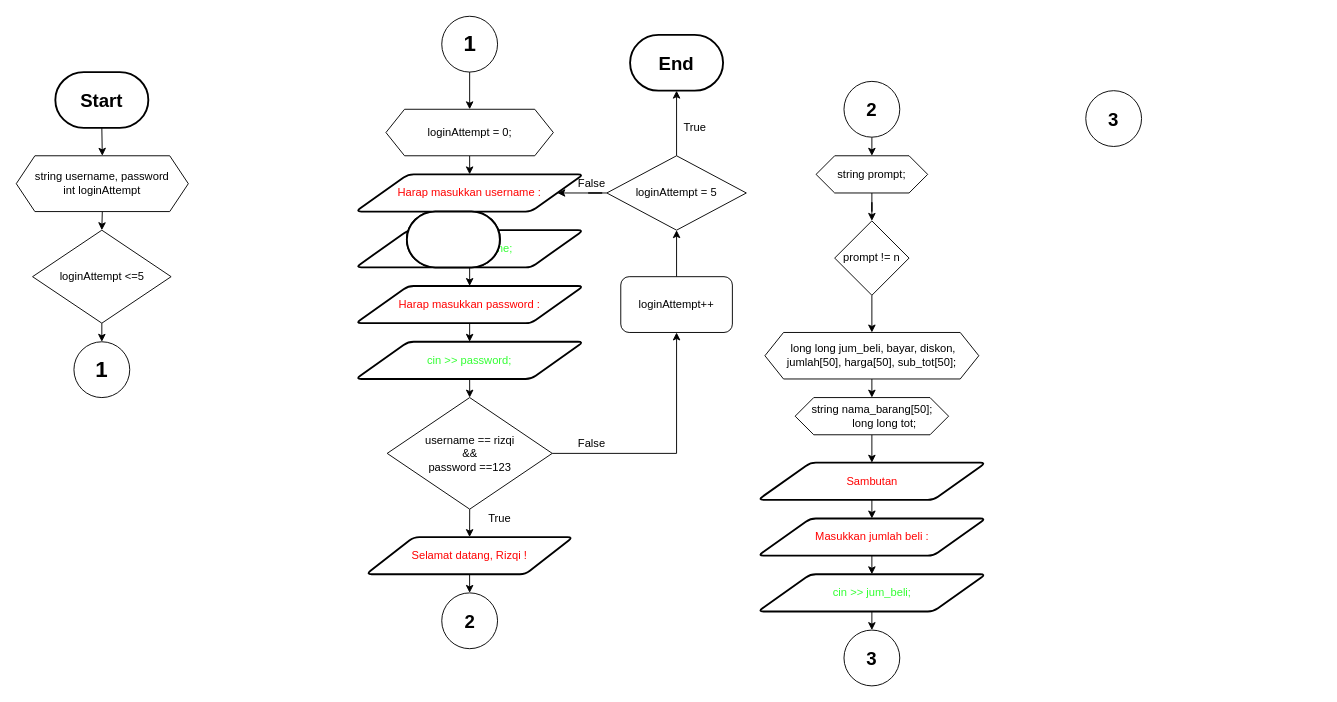
Before: Pemrograman Dasar/UAS/Untitled Diagram.drawio in Rizqirazkafi/Kuliah, a draw.io diagram. Source tidied: cells renumbered, new cells numbered last; positions are measured from the earlier drawing's top-left corner, leaving out a move shared by most shapes. Both pictures are drawn from the tidied source at 93%, with x=0, y=0 at pixel (16, 16).
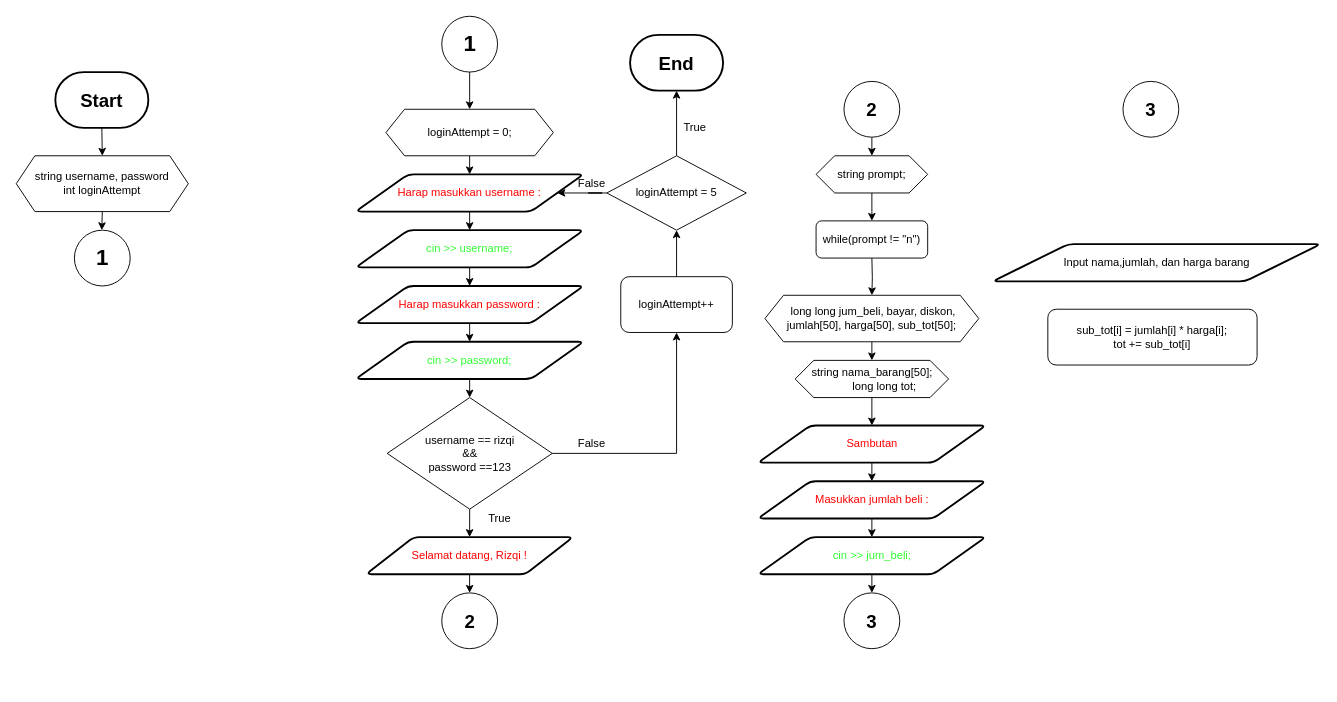
The same diagram, later.

Unchanged cells that the change refers to:
```xml
<mxCell id="4" value="&lt;div&gt;string username, password&lt;/div&gt;&lt;div&gt;int loginAttempt&lt;br&gt;&lt;/div&gt;" style="shape=hexagon;perimeter=hexagonPerimeter2;whiteSpace=wrap;html=1;fixedSize=1;" parent="1" vertex="1">
  <mxGeometry y="150" width="185" height="60" as="geometry" />
</mxCell>
<mxCell id="27" value="string prompt;" style="shape=hexagon;perimeter=hexagonPerimeter2;whiteSpace=wrap;html=1;fixedSize=1;" parent="1" vertex="1">
  <mxGeometry x="860" y="150" width="120" height="40" as="geometry" />
</mxCell>
```

What changed in the source:
```diff
@@
-    <mxCell id="3" style="edgeStyle=orthogonalEdgeStyle;rounded=0;jettySize=auto;html=1;exitX=0.5;exitY=1;exitDx=0;exitDy=0;entryX=0.5;entryY=0;entryDx=0;entryDy=0;" parent="1" edge="1" source="4" target="6">
-      <mxGeometry relative="1" as="geometry" />
+    <mxCell id="3" style="edgeStyle=orthogonalEdgeStyle;rounded=0;jettySize=auto;html=1;exitX=0.5;exitY=1;exitDx=0;exitDy=0;entryX=0.5;entryY=0;entryDx=0;entryDy=0;" parent="1" edge="1" source="4">
+      <mxGeometry relative="1" as="geometry">
+        <mxPoint x="92" y="230" as="targetPoint" />
+      </mxGeometry>
     </mxCell>
@@
-    <mxCell id="5" style="edgeStyle=orthogonalEdgeStyle;rounded=0;jettySize=auto;html=1;exitX=0.5;exitY=1;exitDx=0;exitDy=0;entryX=0.5;entryY=0;entryDx=0;entryDy=0;entryPerimeter=0;" parent="1" edge="1" source="6">
-      <mxGeometry relative="1" as="geometry">
-        <mxPoint x="92" y="350" as="targetPoint" />
-      </mxGeometry>
-    </mxCell>
-    <mxCell id="6" value="loginAttempt &amp;lt;=5" style="rhombus;whiteSpace=wrap;html=1;" parent="1" vertex="1">
-      <mxGeometry x="17.5" y="230" width="149" height="100" as="geometry" />
-    </mxCell>
     <mxCell id="7" value="&lt;b&gt;&lt;font style=&quot;font-size: 24px&quot;&gt;1&lt;/font&gt;&lt;/b&gt;" style="ellipse;whiteSpace=wrap;html=1;" parent="1" vertex="1">
-      <mxGeometry x="62" y="350" width="60" height="60" as="geometry" />
+      <mxGeometry x="62.5" y="230" width="60" height="60" as="geometry" />
     </mxCell>
@@
-    <mxCell id="26" style="edgeStyle=orthogonalEdgeStyle;rounded=0;jettySize=auto;html=1;" parent="1" edge="1" source="27" target="29">
-      <mxGeometry relative="1" as="geometry" />
+    <mxCell id="26" style="edgeStyle=orthogonalEdgeStyle;rounded=0;jettySize=auto;html=1;" parent="1" edge="1" source="27">
+      <mxGeometry relative="1" as="geometry">
+        <mxPoint x="920" y="220" as="targetPoint" />
+      </mxGeometry>
     </mxCell>
@@
-    <mxCell id="28" style="edgeStyle=orthogonalEdgeStyle;rounded=0;jettySize=auto;html=1;exitX=0.5;exitY=1;exitDx=0;exitDy=0;entryX=0.5;entryY=0;entryDx=0;entryDy=0;" parent="1" edge="1" source="29" target="31">
-      <mxGeometry relative="1" as="geometry" />
+    <mxCell id="28" style="edgeStyle=orthogonalEdgeStyle;rounded=0;jettySize=auto;html=1;exitX=0.5;exitY=1;exitDx=0;exitDy=0;entryX=0.5;entryY=0;entryDx=0;entryDy=0;" parent="1" edge="1" target="31">
+      <mxGeometry relative="1" as="geometry">
+        <mxPoint x="920" y="260" as="sourcePoint" />
+      </mxGeometry>
     </mxCell>
-    <mxCell id="29" value="prompt != n" style="rhombus;whiteSpace=wrap;html=1;" parent="1" vertex="1">
-      <mxGeometry x="880" y="220" width="80" height="80" as="geometry" />
-    </mxCell>
@@
     <mxCell id="31" value="&amp;nbsp;long long jum_beli, bayar, diskon, jumlah[50], harga[50], sub_tot[50];" style="shape=hexagon;perimeter=hexagonPerimeter2;whiteSpace=wrap;html=1;fixedSize=1;" parent="1" vertex="1">
-      <mxGeometry x="805" y="340" width="230" height="50" as="geometry" />
+      <mxGeometry x="805" y="300" width="230" height="50" as="geometry" />
     </mxCell>
@@
     <mxCell id="33" value="string nama_barang[50];&lt;br&gt;&amp;nbsp;&amp;nbsp;&amp;nbsp;&amp;nbsp;&amp;nbsp;&amp;nbsp;&amp;nbsp; long long tot;" style="shape=hexagon;perimeter=hexagonPerimeter2;whiteSpace=wrap;html=1;fixedSize=1;" parent="1" vertex="1">
-      <mxGeometry x="837.5" y="410" width="165" height="40" as="geometry" />
+      <mxGeometry x="837.5" y="370" width="165" height="40" as="geometry" />
     </mxCell>
@@
     <mxCell id="46" value="&lt;font color=&quot;#33FF33&quot;&gt;cin &amp;gt;&amp;gt; jum_beli;&lt;/font&gt;" style="shape=parallelogram;html=1;strokeWidth=2;perimeter=parallelogramPerimeter;whiteSpace=wrap;rounded=1;arcSize=12;size=0.23;" parent="1" vertex="1">
-      <mxGeometry x="797.5" y="600" width="245" height="40" as="geometry" />
+      <mxGeometry x="797.5" y="560" width="245" height="40" as="geometry" />
     </mxCell>
@@
     <mxCell id="48" value="&lt;font color=&quot;#FF0000&quot;&gt;Sambutan&lt;/font&gt;" style="shape=parallelogram;html=1;strokeWidth=2;perimeter=parallelogramPerimeter;whiteSpace=wrap;rounded=1;arcSize=12;size=0.23;" parent="1" vertex="1">
-      <mxGeometry x="797.5" y="480" width="245" height="40" as="geometry" />
+      <mxGeometry x="797.5" y="440" width="245" height="40" as="geometry" />
     </mxCell>
@@
     <mxCell id="50" value="&lt;font color=&quot;#FF0000&quot;&gt;Masukkan jumlah beli : &lt;/font&gt;" style="shape=parallelogram;html=1;strokeWidth=2;perimeter=parallelogramPerimeter;whiteSpace=wrap;rounded=1;arcSize=12;size=0.23;" parent="1" vertex="1">
-      <mxGeometry x="797.5" y="540" width="245" height="40" as="geometry" />
+      <mxGeometry x="797.5" y="500" width="245" height="40" as="geometry" />
     </mxCell>
     <mxCell id="51" value="&lt;b&gt;&lt;font style=&quot;font-size: 20px&quot;&gt;3&lt;/font&gt;&lt;/b&gt;" style="ellipse;whiteSpace=wrap;html=1;" parent="1" vertex="1">
-      <mxGeometry x="890" y="660" width="60" height="60" as="geometry" />
+      <mxGeometry x="890" y="620" width="60" height="60" as="geometry" />
     </mxCell>
-    <mxCell id="52" style="strokeWidth=2;html=1;shape=mxgraph.flowchart.terminator;whiteSpace=wrap;" parent="1" vertex="1">
-      <mxGeometry x="420" y="210" width="100" height="60" as="geometry" />
-    </mxCell>
-    <mxCell id="53" style="strokeWidth=2;html=1;shape=mxgraph.flowchart.terminator;whiteSpace=wrap;" parent="1" vertex="1">
-      <mxGeometry x="420" y="210" width="100" height="60" as="geometry" />
-    </mxCell>
@@
     <mxCell id="56" value="&lt;b&gt;&lt;font style=&quot;font-size: 20px&quot;&gt;3&lt;/font&gt;&lt;/b&gt;" style="ellipse;whiteSpace=wrap;html=1;" parent="1" vertex="1">
-      <mxGeometry x="1150" y="80" width="60" height="60" as="geometry" />
+      <mxGeometry x="1190" y="70" width="60" height="60" as="geometry" />
     </mxCell>
+    <mxCell id="57" value="while(prompt != &quot;n&quot;)" style="rounded=1;whiteSpace=wrap;html=1;" parent="1" vertex="1">
+      <mxGeometry x="860" y="220" width="120" height="40" as="geometry" />
+    </mxCell>
+    <mxCell id="58" value="Input nama,jumlah, dan harga barang" style="shape=parallelogram;html=1;strokeWidth=2;perimeter=parallelogramPerimeter;whiteSpace=wrap;rounded=1;arcSize=12;size=0.23;" parent="1" vertex="1">
+      <mxGeometry x="1050" y="245" width="352.5" height="40" as="geometry" />
+    </mxCell>
+    <mxCell id="59" value="&lt;div&gt;sub_tot[i] = jumlah[i] * harga[i];&lt;/div&gt;&lt;div&gt;tot += sub_tot[i]&lt;br&gt;&lt;/div&gt;" style="rounded=1;whiteSpace=wrap;html=1;" parent="1" vertex="1">
+      <mxGeometry x="1109.2" y="315" width="225" height="60" as="geometry" />
+    </mxCell>
```
